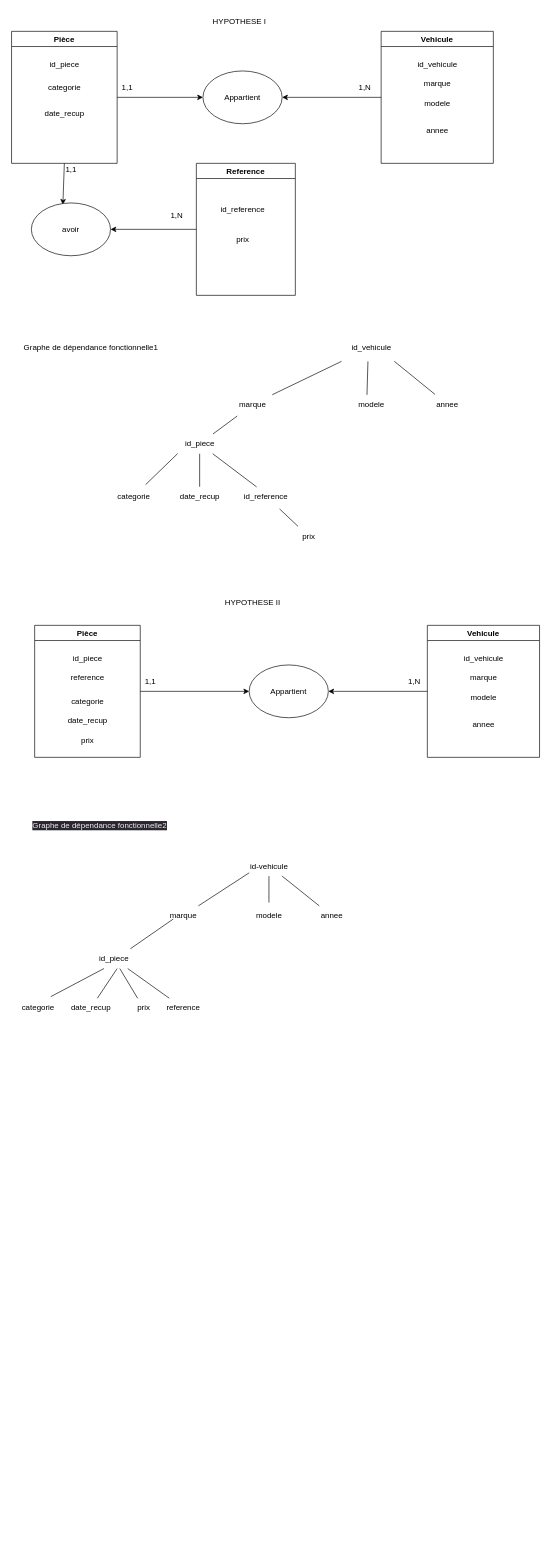
This is Exercices_Modélisation/excercice1.MCD1.drawio from morantaDev/DEV_DATA_P5_Mor_Anta_SENE, a draw.io file, before an edit. Source tidied: cells renumbered, new cells numbered last; positions are measured from the earlier drawing's top-left corner, leaving out a move shared by most shapes. Both pictures are drawn from the tidied source at 66%, with x=0, y=0 at pixel (11, 11).
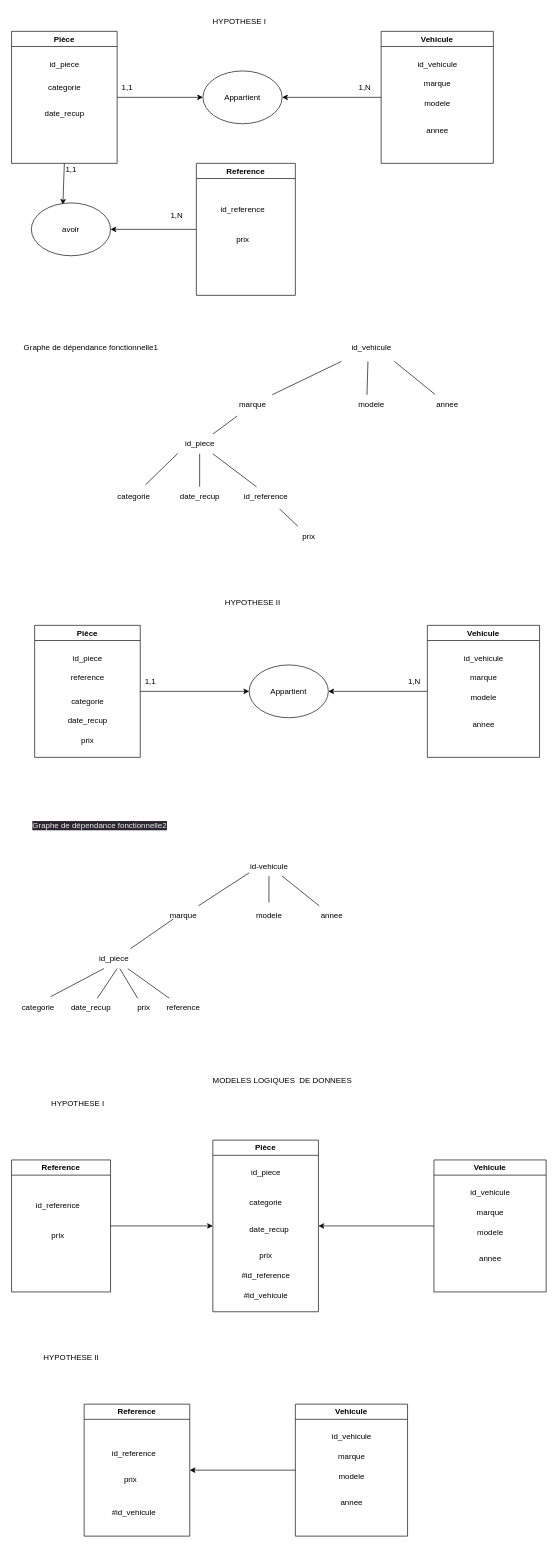
The same diagram, later.

Change to the diagram source:
```diff
@@
+    <mxCell id="78" value="MODELES LOGIQUES&amp;nbsp; DE DONNEES" style="text;html=1;align=center;verticalAlign=middle;strokeColor=none;fillColor=none;" parent="1" vertex="1">
+      <mxGeometry x="295" y="1605" width="230" height="30" as="geometry" />
+    </mxCell>
+    <mxCell id="79" value="HYPOTHESE I" style="text;html=1;align=center;verticalAlign=middle;strokeColor=none;fillColor=none;" parent="1" vertex="1">
+      <mxGeometry x="50" y="1640" width="100" height="30" as="geometry" />
+    </mxCell>
+    <mxCell id="80" value="Pièce" style="swimlane;whiteSpace=wrap;html=1;" parent="1" vertex="1">
+      <mxGeometry x="305" y="1710" width="160" height="260" as="geometry" />
+    </mxCell>
+    <mxCell id="81" value="date_recup" style="text;html=1;align=center;verticalAlign=middle;strokeColor=none;fillColor=none;" parent="80" vertex="1">
+      <mxGeometry x="45" y="120" width="80" height="30" as="geometry" />
+    </mxCell>
+    <mxCell id="82" value="id_piece" style="text;html=1;align=center;verticalAlign=middle;strokeColor=none;fillColor=none;" parent="80" vertex="1">
+      <mxGeometry x="45" y="35" width="70" height="30" as="geometry" />
+    </mxCell>
+    <mxCell id="83" value="prix" style="text;html=1;align=center;verticalAlign=middle;strokeColor=none;fillColor=none;" parent="80" vertex="1">
+      <mxGeometry x="60" y="160" width="40" height="30" as="geometry" />
+    </mxCell>
+    <mxCell id="84" value="#id_reference" style="text;html=1;align=center;verticalAlign=middle;strokeColor=none;fillColor=none;" parent="80" vertex="1">
+      <mxGeometry x="30" y="190" width="100" height="30" as="geometry" />
+    </mxCell>
+    <mxCell id="85" value="categorie" style="text;html=1;align=center;verticalAlign=middle;strokeColor=none;fillColor=none;" parent="80" vertex="1">
+      <mxGeometry x="45" y="80" width="70" height="30" as="geometry" />
+    </mxCell>
+    <mxCell id="86" value="#id_vehicule" style="text;html=1;align=center;verticalAlign=middle;strokeColor=none;fillColor=none;" parent="80" vertex="1">
+      <mxGeometry x="35" y="220" width="90" height="30" as="geometry" />
+    </mxCell>
+    <mxCell id="87" value="Vehicule" style="swimlane;whiteSpace=wrap;html=1;" parent="1" vertex="1">
+      <mxGeometry x="640" y="1740" width="170" height="200" as="geometry" />
+    </mxCell>
+    <mxCell id="88" value="id_vehicule" style="text;html=1;align=center;verticalAlign=middle;strokeColor=none;fillColor=none;" parent="87" vertex="1">
+      <mxGeometry x="45" y="35" width="80" height="30" as="geometry" />
+    </mxCell>
+    <mxCell id="89" value="marque" style="text;html=1;align=center;verticalAlign=middle;strokeColor=none;fillColor=none;" parent="87" vertex="1">
+      <mxGeometry x="55" y="65" width="60" height="30" as="geometry" />
+    </mxCell>
+    <mxCell id="90" value="modele" style="text;html=1;align=center;verticalAlign=middle;strokeColor=none;fillColor=none;" parent="87" vertex="1">
+      <mxGeometry x="55" y="95" width="60" height="30" as="geometry" />
+    </mxCell>
+    <mxCell id="91" value="annee" style="text;html=1;align=center;verticalAlign=middle;strokeColor=none;fillColor=none;" parent="87" vertex="1">
+      <mxGeometry x="55" y="135" width="60" height="30" as="geometry" />
+    </mxCell>
+    <mxCell id="92" value="Reference" style="swimlane;whiteSpace=wrap;html=1;" parent="1" vertex="1">
+      <mxGeometry y="1740" width="150" height="200" as="geometry" />
+    </mxCell>
+    <mxCell id="93" value="id_reference" style="text;html=1;align=center;verticalAlign=middle;strokeColor=none;fillColor=none;" parent="92" vertex="1">
+      <mxGeometry x="25" y="55" width="90" height="30" as="geometry" />
+    </mxCell>
+    <mxCell id="94" value="prix" style="text;html=1;align=center;verticalAlign=middle;strokeColor=none;fillColor=none;" parent="92" vertex="1">
+      <mxGeometry x="50" y="100" width="40" height="30" as="geometry" />
+    </mxCell>
+    <mxCell id="95" style="endArrow=classic;html=1;entryX=1;entryY=0.5;entryDx=0;entryDy=0;exitX=0;exitY=0.5;exitDx=0;exitDy=0;" parent="1" edge="1" source="87" target="80">
+      <mxGeometry relative="1" as="geometry" />
+    </mxCell>
+    <mxCell id="96" style="endArrow=classic;html=1;exitX=1;exitY=0.5;exitDx=0;exitDy=0;entryX=0;entryY=0.5;entryDx=0;entryDy=0;" parent="1" edge="1" source="92" target="80">
+      <mxGeometry relative="1" as="geometry" />
+    </mxCell>
+    <mxCell id="97" value="HYPOTHESE II" style="text;html=1;align=center;verticalAlign=middle;strokeColor=none;fillColor=none;" parent="1" vertex="1">
+      <mxGeometry x="35" y="2025" width="110" height="30" as="geometry" />
+    </mxCell>
+    <mxCell id="98" value="Reference" style="swimlane;whiteSpace=wrap;html=1;" parent="1" vertex="1">
+      <mxGeometry x="110" y="2110" width="160" height="200" as="geometry" />
+    </mxCell>
+    <mxCell id="99" value="id_reference" style="text;html=1;align=center;verticalAlign=middle;strokeColor=none;fillColor=none;" parent="98" vertex="1">
+      <mxGeometry x="30" y="60" width="90" height="30" as="geometry" />
+    </mxCell>
+    <mxCell id="100" value="prix" style="text;html=1;align=center;verticalAlign=middle;strokeColor=none;fillColor=none;" parent="98" vertex="1">
+      <mxGeometry x="50" y="100" width="40" height="30" as="geometry" />
+    </mxCell>
+    <mxCell id="101" value="#id_vehicule" style="text;html=1;align=center;verticalAlign=middle;strokeColor=none;fillColor=none;" parent="98" vertex="1">
+      <mxGeometry x="30" y="150" width="90" height="30" as="geometry" />
+    </mxCell>
+    <mxCell id="102" value="Vehicule" style="swimlane;whiteSpace=wrap;html=1;" parent="1" vertex="1">
+      <mxGeometry x="430" y="2110" width="170" height="200" as="geometry" />
+    </mxCell>
+    <mxCell id="103" value="id_vehicule" style="text;html=1;align=center;verticalAlign=middle;strokeColor=none;fillColor=none;" parent="102" vertex="1">
+      <mxGeometry x="45" y="35" width="80" height="30" as="geometry" />
+    </mxCell>
+    <mxCell id="104" value="marque" style="text;html=1;align=center;verticalAlign=middle;strokeColor=none;fillColor=none;" parent="102" vertex="1">
+      <mxGeometry x="55" y="65" width="60" height="30" as="geometry" />
+    </mxCell>
+    <mxCell id="105" value="modele" style="text;html=1;align=center;verticalAlign=middle;strokeColor=none;fillColor=none;" parent="102" vertex="1">
+      <mxGeometry x="55" y="95" width="60" height="30" as="geometry" />
+    </mxCell>
+    <mxCell id="106" value="annee" style="text;html=1;align=center;verticalAlign=middle;strokeColor=none;fillColor=none;" parent="102" vertex="1">
+      <mxGeometry x="55" y="135" width="60" height="30" as="geometry" />
+    </mxCell>
+    <mxCell id="107" style="endArrow=classic;html=1;entryX=1;entryY=0.5;entryDx=0;entryDy=0;exitX=0;exitY=0.5;exitDx=0;exitDy=0;" parent="1" edge="1" source="102" target="98">
+      <mxGeometry relative="1" as="geometry" />
+    </mxCell>
```
